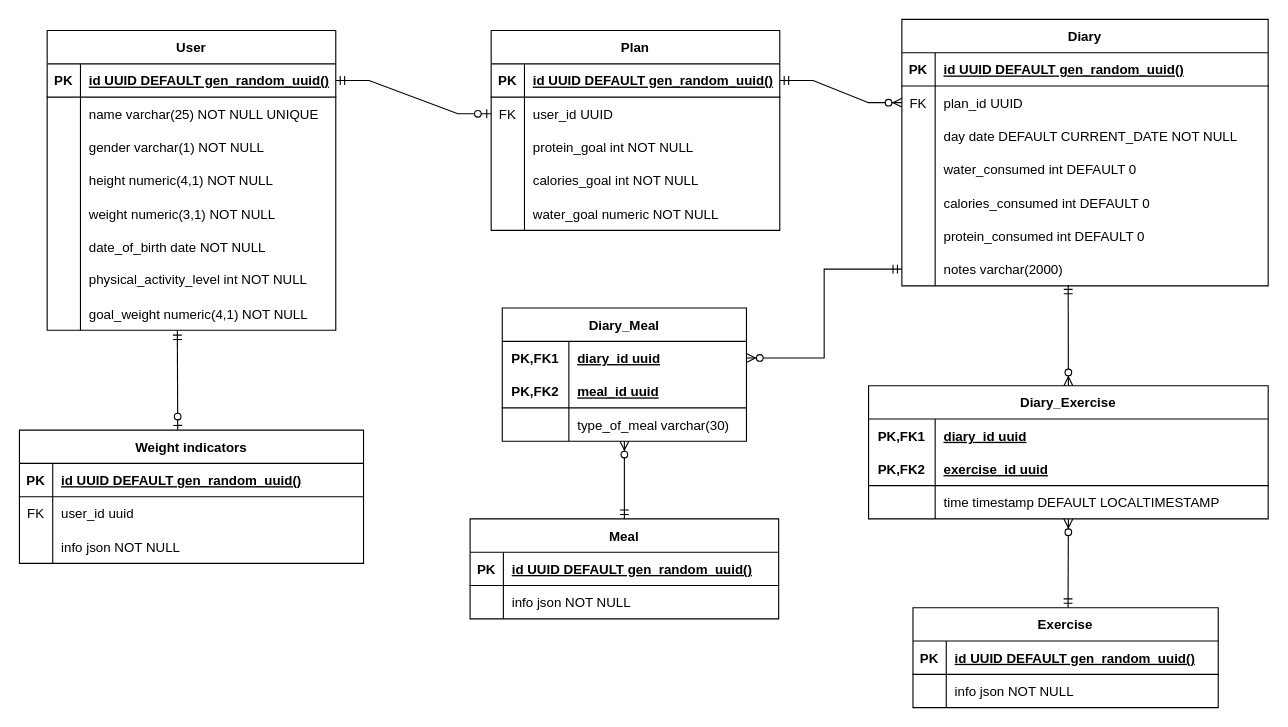
Above: skripte/ERA.drawio in izuvela/weight_tracking_project (draw.io), before the change. Source tidied: cells renumbered, new cells numbered last; positions are measured from the earlier drawing's top-left corner, leaving out a move shared by most shapes. Both pictures are drawn from the tidied source at 111%, with x=0, y=0 at pixel (19, 19).
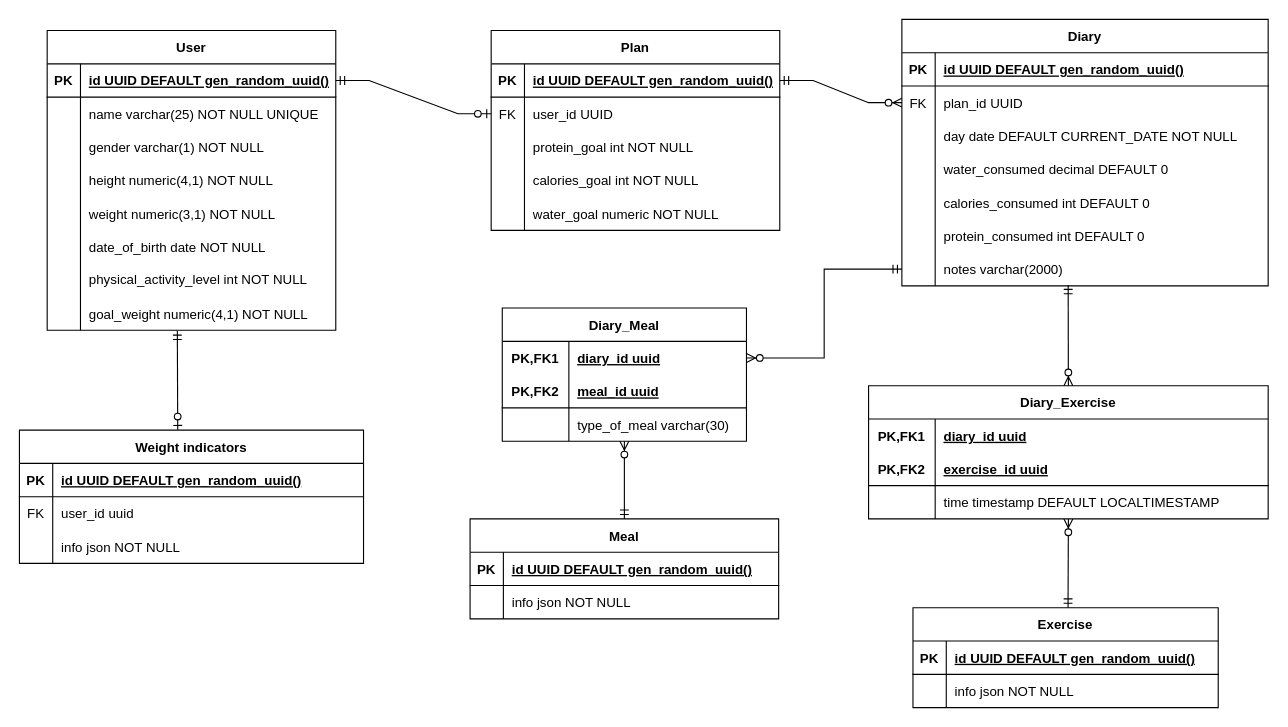
After the change.

The change refers to these unchanged cells:
```xml
<mxCell id="53" style="shape=tableRow;horizontal=0;startSize=0;swimlaneHead=0;swimlaneBody=0;fillColor=none;top=0;left=0;right=0;bottom=0;" parent="43" vertex="1">
  <mxGeometry y="120" width="330" height="30" as="geometry" />
</mxCell>
```

Diff of the diagram source:
```diff
@@
-    <mxCell id="55" value="water_consumed int DEFAULT 0" style="shape=partialRectangle;fillColor=none;top=0;left=0;bottom=0;right=0;align=left;spacingLeft=6;overflow=hidden;" parent="53" vertex="1">
+    <mxCell id="55" value="water_consumed decimal DEFAULT 0" style="shape=partialRectangle;fillColor=none;top=0;left=0;bottom=0;right=0;align=left;spacingLeft=6;overflow=hidden;" parent="53" vertex="1">
       <mxGeometry x="30" width="300" height="30" as="geometry" />
     </mxCell>
```
